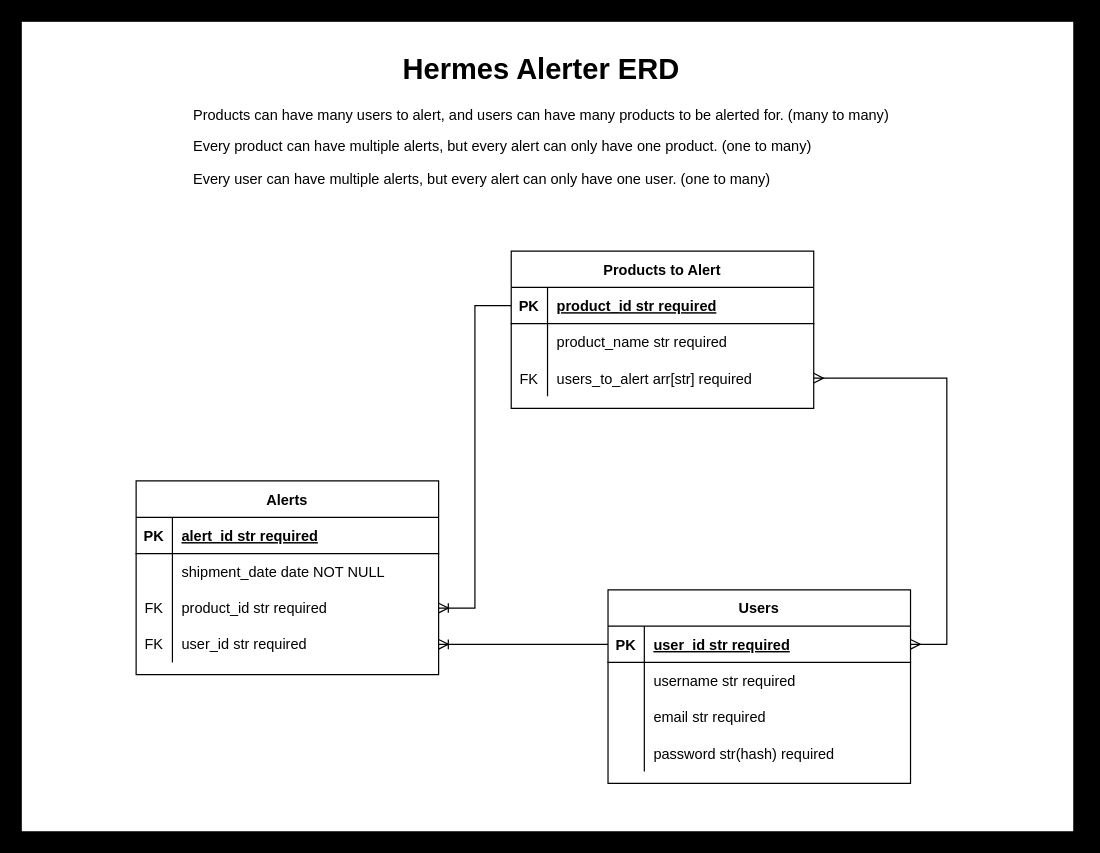
This is hermes_alerter_erd.drawio from kevinleet/Orange-Box-Alerts, a draw.io file, before an edit. Source tidied: cells renumbered, new cells numbered last; positions are measured from the earlier drawing's top-left corner, leaving out a move shared by most shapes. Both pictures are drawn from the tidied source at 121%, with x=0, y=0 at pixel (21, 21).
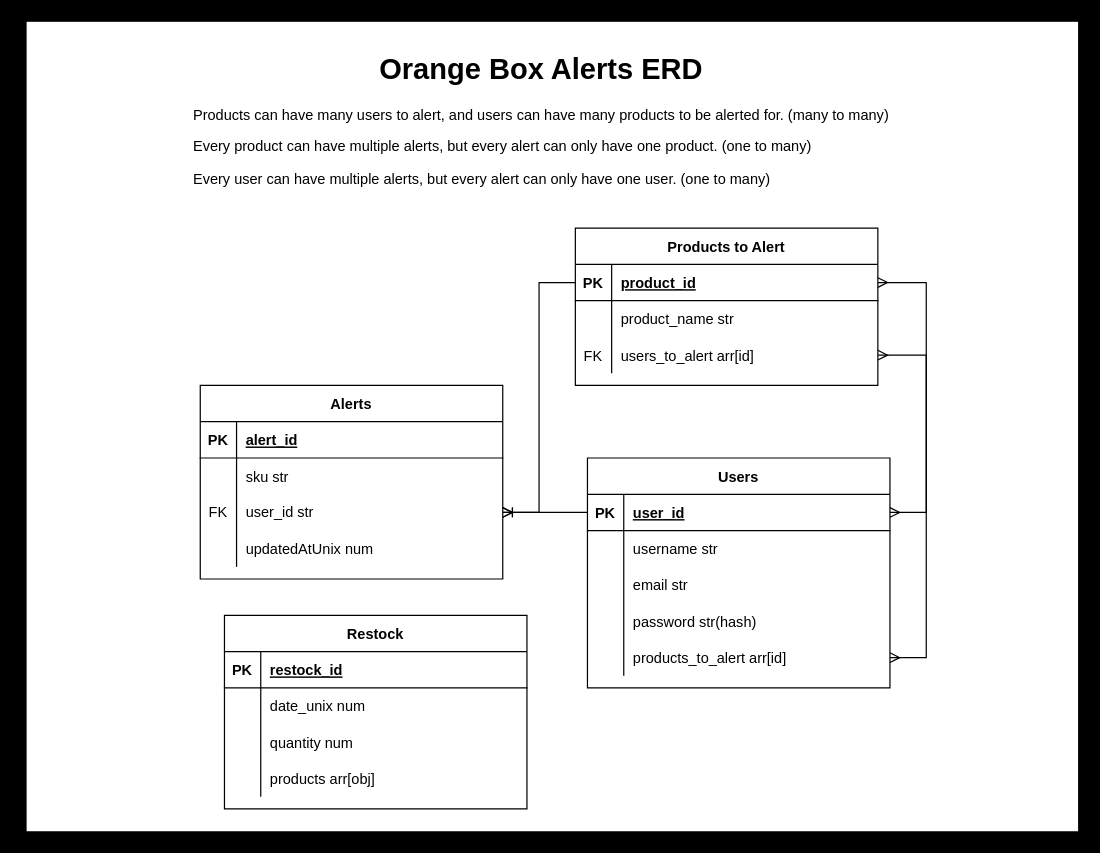
The same page after the edit.

The change refers to these unchanged cells:
```xml
<mxCell id="4" style="shape=partialRectangle;fillColor=none;points=[[0,0.5],[1,0.5]];portConstraint=eastwest;top=0;left=0;right=0;bottom=1;" parent="3" vertex="1">
  <mxGeometry y="30" width="250" height="30" as="geometry" />
</mxCell>
<mxCell id="7" style="shape=tableRow;horizontal=0;startSize=0;swimlaneHead=0;swimlaneBody=0;fillColor=none;top=0;left=0;right=0;bottom=0;" parent="3" vertex="1">
  <mxGeometry y="60" width="250" height="30" as="geometry" />
</mxCell>
<mxCell id="10" style="shape=partialRectangle;fillColor=none;points=[[0,0.5],[1,0.5]];portConstraint=eastwest;top=0;left=0;right=0;bottom=0;" parent="3" vertex="1">
  <mxGeometry y="90" width="250" height="30" as="geometry" />
</mxCell>
<mxCell id="14" style="shape=partialRectangle;fillColor=none;top=0;left=0;right=0;bottom=1;" parent="13" vertex="1">
  <mxGeometry y="30" width="250" height="30" as="geometry" />
</mxCell>
<mxCell id="17" style="shape=partialRectangle;fillColor=none;top=0;left=0;right=0;bottom=0;" parent="13" vertex="1">
  <mxGeometry y="60" width="250" height="30" as="geometry" />
</mxCell>
<mxCell id="27" style="shape=partialRectangle;fillColor=none;points=[[0,0.5],[1,0.5]];portConstraint=eastwest;top=0;left=0;right=0;bottom=1;" parent="26" vertex="1">
  <mxGeometry y="30" width="250" height="30" as="geometry" />
</mxCell>
<mxCell id="30" style="shape=partialRectangle;fillColor=none;top=0;left=0;right=0;bottom=0;" parent="26" vertex="1">
  <mxGeometry y="60" width="250" height="30" as="geometry" />
</mxCell>
<mxCell id="33" style="shape=tableRow;horizontal=0;startSize=0;swimlaneHead=0;swimlaneBody=0;fillColor=none;top=0;left=0;right=0;bottom=0;" parent="26" vertex="1">
  <mxGeometry y="90" width="250" height="30" as="geometry" />
</mxCell>
<mxCell id="36" style="shape=tableRow;horizontal=0;startSize=0;swimlaneHead=0;swimlaneBody=0;fillColor=none;top=0;left=0;right=0;bottom=0;" parent="26" vertex="1">
  <mxGeometry y="120" width="250" height="30" as="geometry" />
</mxCell>
```

The edit, as a diff of the source:
```diff
@@
     <mxCell id="2" style="rounded=0;whiteSpace=wrap;html=1;" parent="1" vertex="1">
-      <mxGeometry width="870" height="670" as="geometry" />
+      <mxGeometry x="4" width="870" height="670" as="geometry" />
     </mxCell>
     <mxCell id="3" value="Products to Alert" style="shape=table;startSize=30;childLayout=tableLayout;rowLines=0;fontStyle=1;align=center;" parent="1" vertex="1">
-      <mxGeometry x="405" y="190" width="250" height="130" as="geometry" />
+      <mxGeometry x="458" y="171" width="250" height="130" as="geometry" />
     </mxCell>
@@
-    <mxCell id="6" value="product_id str required" style="shape=partialRectangle;overflow=hidden;fillColor=none;top=0;left=0;bottom=0;right=0;align=left;spacingLeft=6;fontStyle=5;" parent="4" vertex="1">
+    <mxCell id="6" value="product_id" style="shape=partialRectangle;overflow=hidden;fillColor=none;top=0;left=0;bottom=0;right=0;align=left;spacingLeft=6;fontStyle=5;" parent="4" vertex="1">
       <mxGeometry x="30" width="220" height="30" as="geometry" />
     </mxCell>
@@
-    <mxCell id="9" value="product_name str required" style="shape=partialRectangle;fillColor=none;top=0;left=0;bottom=0;right=0;align=left;spacingLeft=6;overflow=hidden;" parent="7" vertex="1">
+    <mxCell id="9" value="product_name str " style="shape=partialRectangle;fillColor=none;top=0;left=0;bottom=0;right=0;align=left;spacingLeft=6;overflow=hidden;" parent="7" vertex="1">
       <mxGeometry x="30" width="220" height="30" as="geometry" />
     </mxCell>
@@
-    <mxCell id="12" value="users_to_alert arr[str] required" style="shape=partialRectangle;overflow=hidden;fillColor=none;top=0;left=0;bottom=0;right=0;align=left;spacingLeft=6;" parent="10" vertex="1">
+    <mxCell id="12" value="users_to_alert arr[id]" style="shape=partialRectangle;overflow=hidden;fillColor=none;top=0;left=0;bottom=0;right=0;align=left;spacingLeft=6;" parent="10" vertex="1">
       <mxGeometry x="30" width="220" height="30" as="geometry" />
     </mxCell>
     <mxCell id="13" value="Alerts" style="shape=table;startSize=30;childLayout=tableLayout;rowLines=0;fontStyle=1;align=center;" parent="1" vertex="1">
-      <mxGeometry x="95" y="380" width="250" height="160" as="geometry" />
+      <mxGeometry x="148" y="301" width="250" height="160" as="geometry" />
     </mxCell>
@@
-    <mxCell id="16" value="alert_id str required" style="shape=partialRectangle;overflow=hidden;fillColor=none;top=0;left=0;bottom=0;right=0;align=left;spacingLeft=6;fontStyle=5;" parent="14" vertex="1">
+    <mxCell id="16" value="alert_id" style="shape=partialRectangle;overflow=hidden;fillColor=none;top=0;left=0;bottom=0;right=0;align=left;spacingLeft=6;fontStyle=5;" parent="14" vertex="1">
       <mxGeometry x="30" width="220" height="30" as="geometry" />
     </mxCell>
@@
-    <mxCell id="19" value="shipment_date date NOT NULL" style="shape=partialRectangle;overflow=hidden;fillColor=none;top=0;left=0;bottom=0;right=0;align=left;spacingLeft=6;" parent="17" vertex="1">
+    <mxCell id="19" value="sku str" style="shape=partialRectangle;overflow=hidden;fillColor=none;top=0;left=0;bottom=0;right=0;align=left;spacingLeft=6;" parent="17" vertex="1">
       <mxGeometry x="30" width="220" height="30" as="geometry" />
     </mxCell>
-    <mxCell id="20" style="shape=partialRectangle;fillColor=none;points=[[0,0.5],[1,0.5]];portConstraint=eastwest;top=0;left=0;right=0;bottom=0;" parent="13" vertex="1">
-      <mxGeometry y="90" width="250" height="30" as="geometry" />
-    </mxCell>
-    <mxCell id="21" value="FK" style="shape=partialRectangle;overflow=hidden;fillColor=none;top=0;left=0;bottom=0;right=0;" parent="20" vertex="1">
-      <mxGeometry width="30" height="30" as="geometry" />
-    </mxCell>
-    <mxCell id="22" value="product_id str required" style="shape=partialRectangle;overflow=hidden;fillColor=none;top=0;left=0;bottom=0;right=0;align=left;spacingLeft=6;" parent="20" vertex="1">
-      <mxGeometry x="30" width="220" height="30" as="geometry" />
-    </mxCell>
     <mxCell id="23" style="shape=tableRow;horizontal=0;startSize=0;swimlaneHead=0;swimlaneBody=0;fillColor=none;points=[[0,0.5],[1,0.5]];portConstraint=eastwest;top=0;left=0;right=0;bottom=0;" parent="13" vertex="1">
-      <mxGeometry y="120" width="250" height="30" as="geometry" />
+      <mxGeometry y="90" width="250" height="30" as="geometry" />
     </mxCell>
@@
-    <mxCell id="25" value="user_id str required" style="shape=partialRectangle;fillColor=none;top=0;left=0;bottom=0;right=0;align=left;spacingLeft=6;fontStyle=0;overflow=hidden;whiteSpace=wrap;html=1;" parent="23" vertex="1">
+    <mxCell id="25" value="user_id str&amp;nbsp;" style="shape=partialRectangle;fillColor=none;top=0;left=0;bottom=0;right=0;align=left;spacingLeft=6;fontStyle=0;overflow=hidden;whiteSpace=wrap;html=1;" parent="23" vertex="1">
       <mxGeometry x="30" width="220" height="30" as="geometry" />
     </mxCell>
+    <mxCell id="43" style="shape=tableRow;horizontal=0;startSize=0;swimlaneHead=0;swimlaneBody=0;fillColor=none;top=0;left=0;right=0;bottom=0;" parent="13" vertex="1">
+      <mxGeometry y="120" width="250" height="30" as="geometry" />
+    </mxCell>
+    <mxCell id="44" style="shape=partialRectangle;fillColor=none;top=0;left=0;bottom=0;right=0;overflow=hidden;" parent="43" vertex="1">
+      <mxGeometry width="30" height="30" as="geometry" />
+    </mxCell>
+    <mxCell id="45" value="updatedAtUnix num" style="shape=partialRectangle;fillColor=none;top=0;left=0;bottom=0;right=0;align=left;spacingLeft=6;overflow=hidden;" parent="43" vertex="1">
+      <mxGeometry x="30" width="220" height="30" as="geometry" />
+    </mxCell>
     <mxCell id="26" value="Users" style="shape=table;startSize=30;childLayout=tableLayout;rowLines=0;fontStyle=1;align=center;" parent="1" vertex="1">
-      <mxGeometry x="485" y="470" width="250" height="160" as="geometry" />
+      <mxGeometry x="468" y="361" width="250" height="190" as="geometry" />
     </mxCell>
@@
-    <mxCell id="29" value="user_id str required" style="shape=partialRectangle;overflow=hidden;fillColor=none;top=0;left=0;bottom=0;right=0;align=left;spacingLeft=6;fontStyle=5;" parent="27" vertex="1">
+    <mxCell id="29" value="user_id" style="shape=partialRectangle;overflow=hidden;fillColor=none;top=0;left=0;bottom=0;right=0;align=left;spacingLeft=6;fontStyle=5;" parent="27" vertex="1">
       <mxGeometry x="30" width="220" height="30" as="geometry" />
     </mxCell>
@@
-    <mxCell id="32" value="username str required" style="shape=partialRectangle;overflow=hidden;fillColor=none;top=0;left=0;bottom=0;right=0;align=left;spacingLeft=6;" parent="30" vertex="1">
+    <mxCell id="32" value="username str " style="shape=partialRectangle;overflow=hidden;fillColor=none;top=0;left=0;bottom=0;right=0;align=left;spacingLeft=6;" parent="30" vertex="1">
       <mxGeometry x="30" width="220" height="30" as="geometry" />
     </mxCell>
@@
-    <mxCell id="35" value="email str required" style="shape=partialRectangle;fillColor=none;top=0;left=0;bottom=0;right=0;align=left;spacingLeft=6;overflow=hidden;" parent="33" vertex="1">
+    <mxCell id="35" value="email str " style="shape=partialRectangle;fillColor=none;top=0;left=0;bottom=0;right=0;align=left;spacingLeft=6;overflow=hidden;" parent="33" vertex="1">
       <mxGeometry x="30" width="220" height="30" as="geometry" />
     </mxCell>
@@
-    <mxCell id="38" value="password str(hash) required" style="shape=partialRectangle;fillColor=none;top=0;left=0;bottom=0;right=0;align=left;spacingLeft=6;overflow=hidden;" parent="36" vertex="1">
+    <mxCell id="38" value="password str(hash) " style="shape=partialRectangle;fillColor=none;top=0;left=0;bottom=0;right=0;align=left;spacingLeft=6;overflow=hidden;" parent="36" vertex="1">
       <mxGeometry x="30" width="220" height="30" as="geometry" />
     </mxCell>
+    <mxCell id="46" style="shape=tableRow;horizontal=0;startSize=0;swimlaneHead=0;swimlaneBody=0;fillColor=none;points=[[0,0.5],[1,0.5]];portConstraint=eastwest;top=0;left=0;right=0;bottom=0;" parent="26" vertex="1">
+      <mxGeometry y="150" width="250" height="30" as="geometry" />
+    </mxCell>
+    <mxCell id="47" value="            " style="shape=partialRectangle;fillColor=none;top=0;left=0;bottom=0;right=0;overflow=hidden;" parent="46" vertex="1">
+      <mxGeometry width="30" height="30" as="geometry" />
+    </mxCell>
+    <mxCell id="48" value="products_to_alert arr[id]" style="shape=partialRectangle;fillColor=none;top=0;left=0;bottom=0;right=0;align=left;spacingLeft=6;overflow=hidden;" parent="46" vertex="1">
+      <mxGeometry x="30" width="220" height="30" as="geometry" />
+    </mxCell>
@@
-    <mxCell id="40" style="edgeStyle=entityRelationEdgeStyle;fontSize=12;html=1;endArrow=ERoneToMany;rounded=0;exitX=0;exitY=0.5;exitDx=0;exitDy=0;" parent="1" edge="1" source="4" target="20">
+    <mxCell id="40" style="edgeStyle=entityRelationEdgeStyle;fontSize=12;html=1;endArrow=ERoneToMany;rounded=0;exitX=0;exitY=0.5;exitDx=0;exitDy=0;entryX=1;entryY=0.5;entryDx=0;entryDy=0;" parent="1" edge="1" source="4" target="23">
       <mxGeometry relative="1" as="geometry" />
     </mxCell>
-    <mxCell id="41" style="edgeStyle=entityRelationEdgeStyle;fontSize=12;html=1;endArrow=ERmany;startArrow=ERmany;rounded=0;" parent="1" edge="1" source="10" target="27">
+    <mxCell id="41" style="edgeStyle=entityRelationEdgeStyle;fontSize=12;html=1;endArrow=ERmany;startArrow=ERmany;rounded=0;exitX=1;exitY=0.5;exitDx=0;exitDy=0;" parent="1" edge="1" source="10" target="27">
       <mxGeometry relative="1" as="geometry" />
     </mxCell>
-    <mxCell id="42" value="&lt;h1&gt;Hermes Alerter ERD&lt;/h1&gt;&lt;p style=&quot;text-align: left;&quot;&gt;Products can have many users to alert, and users can have many products to be alerted for. (many to many)&lt;/p&gt;&lt;p style=&quot;text-align: left;&quot;&gt;Every product can have multiple alerts, but every alert can only have one product. (one to many)&lt;/p&gt;&lt;p style=&quot;text-align: left;&quot;&gt;Every user can have multiple alerts, but every alert can only have one user. (one to many)&lt;/p&gt;" style="text;html=1;strokeColor=none;fillColor=none;spacing=5;spacingTop=-20;whiteSpace=wrap;overflow=hidden;rounded=0;align=center;" parent="1" vertex="1">
+    <mxCell id="42" value="&lt;h1&gt;Orange Box Alerts ERD&lt;/h1&gt;&lt;p style=&quot;text-align: left;&quot;&gt;Products can have many users to alert, and users can have many products to be alerted for. (many to many)&lt;/p&gt;&lt;p style=&quot;text-align: left;&quot;&gt;Every product can have multiple alerts, but every alert can only have one product. (one to many)&lt;/p&gt;&lt;p style=&quot;text-align: left;&quot;&gt;Every user can have multiple alerts, but every alert can only have one user. (one to many)&lt;/p&gt;" style="text;html=1;strokeColor=none;fillColor=none;spacing=5;spacingTop=-20;whiteSpace=wrap;overflow=hidden;rounded=0;align=center;" parent="1" vertex="1">
       <mxGeometry x="135" y="20" width="590" height="150" as="geometry" />
     </mxCell>
+    <mxCell id="49" style="edgeStyle=entityRelationEdgeStyle;fontSize=12;html=1;endArrow=ERmany;startArrow=ERmany;rounded=0;exitX=1;exitY=0.5;exitDx=0;exitDy=0;" parent="1" edge="1" source="4" target="46">
+      <mxGeometry relative="1" as="geometry" />
+    </mxCell>
+    <mxCell id="50" value="Restock" style="shape=table;startSize=30;childLayout=tableLayout;rowLines=0;fontStyle=1;align=center;" parent="1" vertex="1">
+      <mxGeometry x="168" y="491" width="250" height="160" as="geometry" />
+    </mxCell>
+    <mxCell id="51" style="shape=partialRectangle;fillColor=none;top=0;left=0;right=0;bottom=1;" parent="50" vertex="1">
+      <mxGeometry y="30" width="250" height="30" as="geometry" />
+    </mxCell>
+    <mxCell id="52" value="PK" style="shape=partialRectangle;overflow=hidden;fillColor=none;top=0;left=0;bottom=0;right=0;fontStyle=1;" parent="51" vertex="1">
+      <mxGeometry width="30" height="30" as="geometry" />
+    </mxCell>
+    <mxCell id="53" value="restock_id" style="shape=partialRectangle;overflow=hidden;fillColor=none;top=0;left=0;bottom=0;right=0;align=left;spacingLeft=6;fontStyle=5;" parent="51" vertex="1">
+      <mxGeometry x="30" width="220" height="30" as="geometry" />
+    </mxCell>
+    <mxCell id="54" style="shape=partialRectangle;fillColor=none;top=0;left=0;right=0;bottom=0;" parent="50" vertex="1">
+      <mxGeometry y="60" width="250" height="30" as="geometry" />
+    </mxCell>
+    <mxCell id="55" style="shape=partialRectangle;overflow=hidden;fillColor=none;top=0;left=0;bottom=0;right=0;" parent="54" vertex="1">
+      <mxGeometry width="30" height="30" as="geometry" />
+    </mxCell>
+    <mxCell id="56" value="date_unix num" style="shape=partialRectangle;overflow=hidden;fillColor=none;top=0;left=0;bottom=0;right=0;align=left;spacingLeft=6;" parent="54" vertex="1">
+      <mxGeometry x="30" width="220" height="30" as="geometry" />
+    </mxCell>
+    <mxCell id="57" style="shape=tableRow;horizontal=0;startSize=0;swimlaneHead=0;swimlaneBody=0;fillColor=none;top=0;left=0;right=0;bottom=0;" parent="50" vertex="1">
+      <mxGeometry y="90" width="250" height="30" as="geometry" />
+    </mxCell>
+    <mxCell id="58" style="shape=partialRectangle;fillColor=none;top=0;left=0;bottom=0;right=0;overflow=hidden;" parent="57" vertex="1">
+      <mxGeometry width="30" height="30" as="geometry" />
+    </mxCell>
+    <mxCell id="59" value="quantity num" style="shape=partialRectangle;fillColor=none;top=0;left=0;bottom=0;right=0;align=left;spacingLeft=6;overflow=hidden;" parent="57" vertex="1">
+      <mxGeometry x="30" width="220" height="30" as="geometry" />
+    </mxCell>
+    <mxCell id="60" style="shape=tableRow;horizontal=0;startSize=0;swimlaneHead=0;swimlaneBody=0;fillColor=none;top=0;left=0;right=0;bottom=0;" parent="50" vertex="1">
+      <mxGeometry y="120" width="250" height="30" as="geometry" />
+    </mxCell>
+    <mxCell id="61" value="            " style="shape=partialRectangle;fillColor=none;top=0;left=0;bottom=0;right=0;overflow=hidden;" parent="60" vertex="1">
+      <mxGeometry width="30" height="30" as="geometry" />
+    </mxCell>
+    <mxCell id="62" value="products arr[obj]" style="shape=partialRectangle;fillColor=none;top=0;left=0;bottom=0;right=0;align=left;spacingLeft=6;overflow=hidden;" parent="60" vertex="1">
+      <mxGeometry x="30" width="220" height="30" as="geometry" />
+    </mxCell>
```
